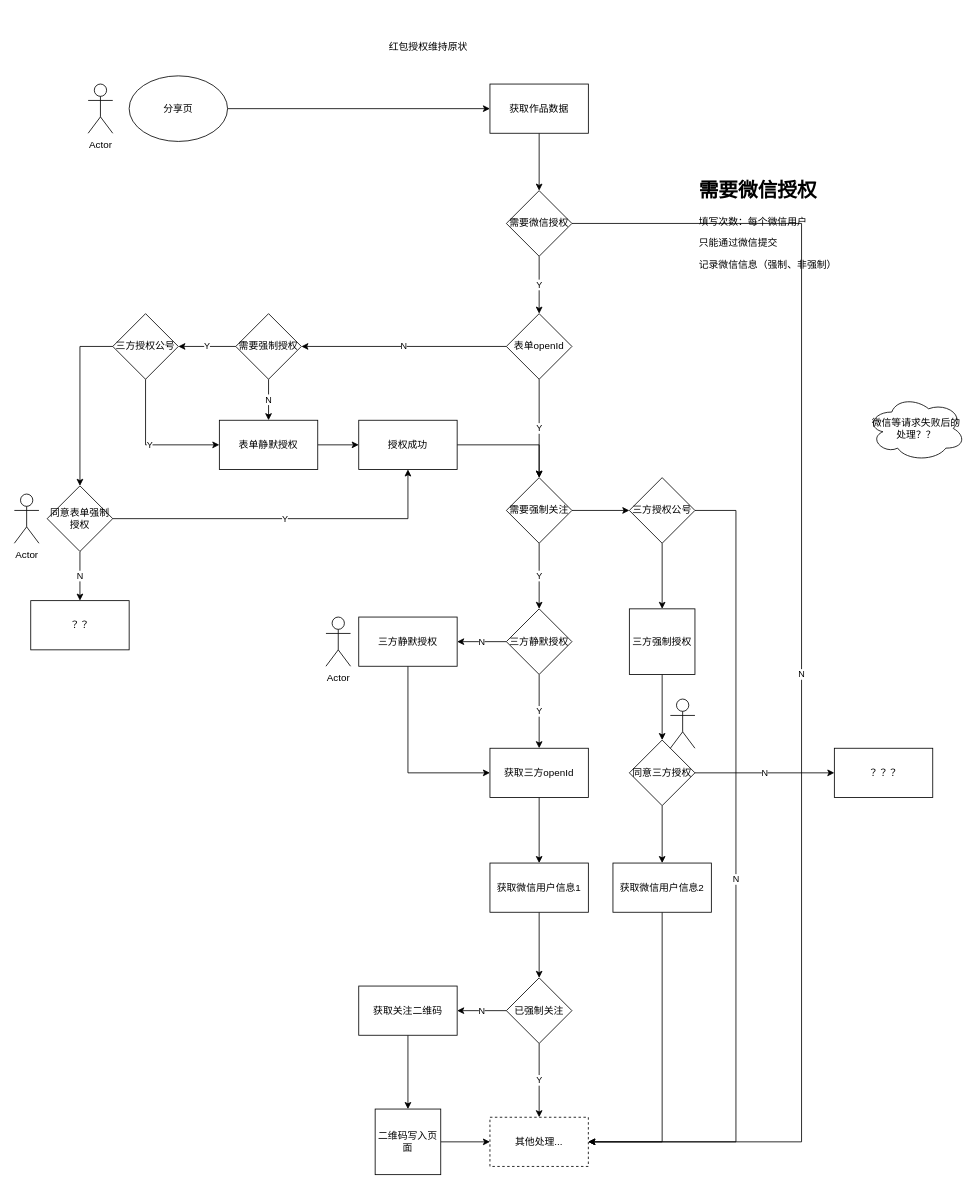
The draw.io diagram 公众号.drawio in hesimin/drawio, before the edit. Source tidied: cells renumbered, new cells numbered last; positions are measured from the earlier drawing's top-left corner, leaving out a move shared by most shapes. Both pictures are drawn from the tidied source at 82%, with x=0, y=0 at pixel (14, 34).
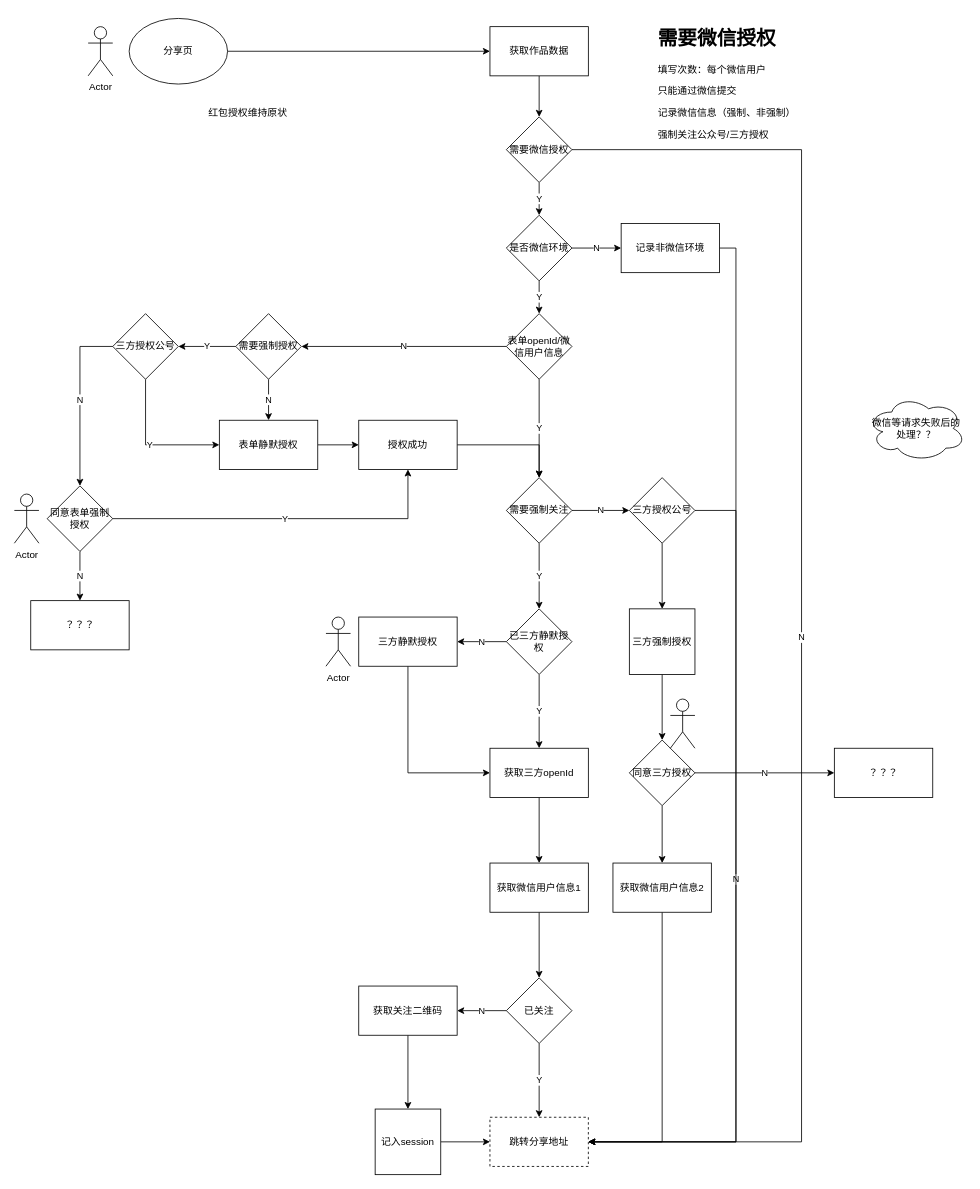
After the change.

Commit message:
更新公众号.drawio

Unchanged cells that the change refers to:
```xml
<mxCell id="16" value="需要强制关注" style="rhombus;whiteSpace=wrap;html=1;" parent="1" vertex="1">
  <mxGeometry x="600" y="540" width="80" height="80" as="geometry" />
</mxCell>
<mxCell id="31" value="同意表单强制授权" style="rhombus;whiteSpace=wrap;html=1;" parent="1" vertex="1">
  <mxGeometry x="40" y="550" width="80" height="80" as="geometry" />
</mxCell>
<mxCell id="43" value="三方授权公号" style="rhombus;whiteSpace=wrap;html=1;" parent="1" vertex="1">
  <mxGeometry x="120" y="340" width="80" height="80" as="geometry" />
</mxCell>
<mxCell id="51" value="三方授权公号" style="rhombus;whiteSpace=wrap;html=1;" parent="1" vertex="1">
  <mxGeometry x="750" y="540" width="80" height="80" as="geometry" />
</mxCell>
```

Diff of the diagram source:
```diff
@@
     <mxCell id="3" value="分享页" style="ellipse;whiteSpace=wrap;html=1;" parent="1" vertex="1">
-      <mxGeometry x="140" y="50" width="120" height="80" as="geometry" />
+      <mxGeometry x="140" y="-20" width="120" height="80" as="geometry" />
     </mxCell>
@@
     <mxCell id="5" value="获取作品数据" style="whiteSpace=wrap;html=1;" parent="1" vertex="1">
-      <mxGeometry x="580" y="60" width="120" height="60" as="geometry" />
+      <mxGeometry x="580" y="-10" width="120" height="60" as="geometry" />
     </mxCell>
     <mxCell id="6" value="红包授权维持原状" style="text;html=1;strokeColor=none;fillColor=none;align=center;verticalAlign=middle;whiteSpace=wrap;rounded=0;" parent="1" vertex="1">
-      <mxGeometry x="450" width="110" height="30" as="geometry" />
+      <mxGeometry x="230" y="80" width="110" height="30" as="geometry" />
     </mxCell>
+    <mxCell id="8" value="N" style="edgeStyle=orthogonalEdgeStyle;rounded=0;jettySize=auto;html=1;exitX=1;exitY=0.5;exitDx=0;exitDy=0;entryX=1;entryY=0.5;entryDx=0;entryDy=0;" parent="1" edge="1" source="9" target="23">
+      <mxGeometry relative="1" as="geometry">
+        <Array as="points">
+          <mxPoint x="960" y="140" />
+          <mxPoint x="960" y="1350" />
+        </Array>
+      </mxGeometry>
+    </mxCell>
-    <mxCell id="7" value="Y" style="edgeStyle=orthogonalEdgeStyle;rounded=0;jettySize=auto;html=1;" parent="1" edge="1" source="9" target="13">
+    <mxCell id="7" value="Y" style="edgeStyle=orthogonalEdgeStyle;rounded=0;jettySize=auto;html=1;" parent="1" edge="1" source="9" target="66">
       <mxGeometry relative="1" as="geometry" />
     </mxCell>
-    <mxCell id="8" value="N" style="edgeStyle=orthogonalEdgeStyle;rounded=0;jettySize=auto;html=1;exitX=1;exitY=0.5;exitDx=0;exitDy=0;entryX=1;entryY=0.5;entryDx=0;entryDy=0;" parent="1" edge="1" source="9" target="23">
-      <mxGeometry relative="1" as="geometry">
-        <Array as="points">
-          <mxPoint x="960" y="230" />
-          <mxPoint x="960" y="1350" />
-        </Array>
-      </mxGeometry>
-    </mxCell>
     <mxCell id="9" value="需要微信授权" style="rhombus;whiteSpace=wrap;html=1;" parent="1" vertex="1">
-      <mxGeometry x="600" y="190" width="80" height="80" as="geometry" />
+      <mxGeometry x="600" y="100" width="80" height="80" as="geometry" />
     </mxCell>
-    <mxCell id="10" value="&lt;h1&gt;需要微信授权&lt;/h1&gt;&lt;p&gt;填写次数：每个微信用户&lt;/p&gt;&lt;p&gt;只能通过微信提交&lt;/p&gt;&lt;p&gt;记录微信信息（强制、非强制）&lt;/p&gt;" style="text;html=1;strokeColor=none;fillColor=none;spacing=5;spacingTop=-20;whiteSpace=wrap;overflow=hidden;rounded=0;" parent="1" vertex="1">
-      <mxGeometry x="830" y="170" width="190" height="120" as="geometry" />
+    <mxCell id="10" value="&lt;h1&gt;需要微信授权&lt;/h1&gt;&lt;p&gt;填写次数：每个微信用户&lt;/p&gt;&lt;p&gt;只能通过微信提交&lt;/p&gt;&lt;p&gt;记录微信信息（强制、非强制）&lt;/p&gt;&lt;p&gt;强制关注公众号/三方授权&lt;/p&gt;" style="text;html=1;strokeColor=none;fillColor=none;spacing=5;spacingTop=-20;whiteSpace=wrap;overflow=hidden;rounded=0;" parent="1" vertex="1">
+      <mxGeometry x="780" y="-15" width="190" height="150" as="geometry" />
     </mxCell>
@@
-    <mxCell id="13" value="表单openId" style="rhombus;whiteSpace=wrap;html=1;" parent="1" vertex="1">
+    <mxCell id="13" value="表单openId/微信用户信息" style="rhombus;whiteSpace=wrap;html=1;" parent="1" vertex="1">
       <mxGeometry x="600" y="340" width="80" height="80" as="geometry" />
     </mxCell>
@@
-    <mxCell id="15" style="edgeStyle=orthogonalEdgeStyle;rounded=0;jettySize=auto;html=1;" parent="1" edge="1" source="16" target="51">
+    <mxCell id="15" value="N" style="edgeStyle=orthogonalEdgeStyle;rounded=0;jettySize=auto;html=1;" parent="1" edge="1" source="16" target="51">
       <mxGeometry relative="1" as="geometry" />
     </mxCell>
@@
-    <mxCell id="19" value="三方静默授权" style="rhombus;whiteSpace=wrap;html=1;" parent="1" vertex="1">
+    <mxCell id="19" value="已三方静默授权" style="rhombus;whiteSpace=wrap;html=1;" parent="1" vertex="1">
       <mxGeometry x="600" y="700" width="80" height="80" as="geometry" />
     </mxCell>
@@
-    <mxCell id="22" value="已强制关注" style="rhombus;whiteSpace=wrap;html=1;" parent="1" vertex="1">
+    <mxCell id="22" value="已关注" style="rhombus;whiteSpace=wrap;html=1;" parent="1" vertex="1">
       <mxGeometry x="600" y="1150" width="80" height="80" as="geometry" />
     </mxCell>
-    <mxCell id="23" value="其他处理..." style="whiteSpace=wrap;html=1;dashed=1;" parent="1" vertex="1">
+    <mxCell id="23" value="跳转分享地址" style="whiteSpace=wrap;html=1;dashed=1;" parent="1" vertex="1">
       <mxGeometry x="580" y="1320" width="120" height="60" as="geometry" />
     </mxCell>
@@
-    <mxCell id="32" value="？？" style="whiteSpace=wrap;html=1;" parent="1" vertex="1">
+    <mxCell id="32" value="？？？" style="whiteSpace=wrap;html=1;" parent="1" vertex="1">
       <mxGeometry x="20" y="690" width="120" height="60" as="geometry" />
     </mxCell>
@@
-    <mxCell id="40" value="二维码写入页面" style="rounded=0;whiteSpace=wrap;html=1;fontFamily=Helvetica;fontSize=12;fontColor=#000000;align=center;strokeColor=#000000;fillColor=#ffffff;" parent="1" vertex="1">
+    <mxCell id="40" value="记入session" style="rounded=0;whiteSpace=wrap;html=1;fontFamily=Helvetica;fontSize=12;fontColor=#000000;align=center;strokeColor=#000000;fillColor=#ffffff;" parent="1" vertex="1">
       <mxGeometry x="440" y="1310" width="80" height="80" as="geometry" />
     </mxCell>
@@
-    <mxCell id="42" style="edgeStyle=orthogonalEdgeStyle;rounded=0;jettySize=auto;html=1;exitX=0;exitY=0.5;exitDx=0;exitDy=0;entryX=0.5;entryY=0;entryDx=0;entryDy=0;" parent="1" edge="1" source="43" target="31">
+    <mxCell id="42" value="N" style="edgeStyle=orthogonalEdgeStyle;rounded=0;jettySize=auto;html=1;exitX=0;exitY=0.5;exitDx=0;exitDy=0;entryX=0.5;entryY=0;entryDx=0;entryDy=0;" parent="1" edge="1" source="43" target="31">
       <mxGeometry relative="1" as="geometry" />
     </mxCell>
@@
     <mxCell id="47" value="Actor" style="shape=umlActor;verticalLabelPosition=bottom;verticalAlign=top;html=1;" parent="1" vertex="1">
-      <mxGeometry x="90" y="60" width="30" height="60" as="geometry" />
+      <mxGeometry x="90" y="-10" width="30" height="60" as="geometry" />
     </mxCell>
@@
+    <mxCell id="64" value="Y" style="edgeStyle=orthogonalEdgeStyle;rounded=0;jettySize=auto;html=1;exitX=0.5;exitY=1;exitDx=0;exitDy=0;" parent="1" edge="1" source="66" target="13">
+      <mxGeometry relative="1" as="geometry" />
+    </mxCell>
+    <mxCell id="65" value="N" style="edgeStyle=orthogonalEdgeStyle;rounded=0;jettySize=auto;html=1;" parent="1" edge="1" source="66" target="68">
+      <mxGeometry relative="1" as="geometry" />
+    </mxCell>
+    <mxCell id="66" value="是否微信环境" style="rhombus;whiteSpace=wrap;html=1;" parent="1" vertex="1">
+      <mxGeometry x="600" y="220" width="80" height="80" as="geometry" />
+    </mxCell>
+    <mxCell id="67" style="edgeStyle=orthogonalEdgeStyle;rounded=0;jettySize=auto;html=1;exitX=1;exitY=0.5;exitDx=0;exitDy=0;entryX=1;entryY=0.5;entryDx=0;entryDy=0;" parent="1" edge="1" source="68" target="23">
+      <mxGeometry relative="1" as="geometry" />
+    </mxCell>
+    <mxCell id="68" value="记录非微信环境" style="whiteSpace=wrap;html=1;" parent="1" vertex="1">
+      <mxGeometry x="740" y="230" width="120" height="60" as="geometry" />
+    </mxCell>
```
